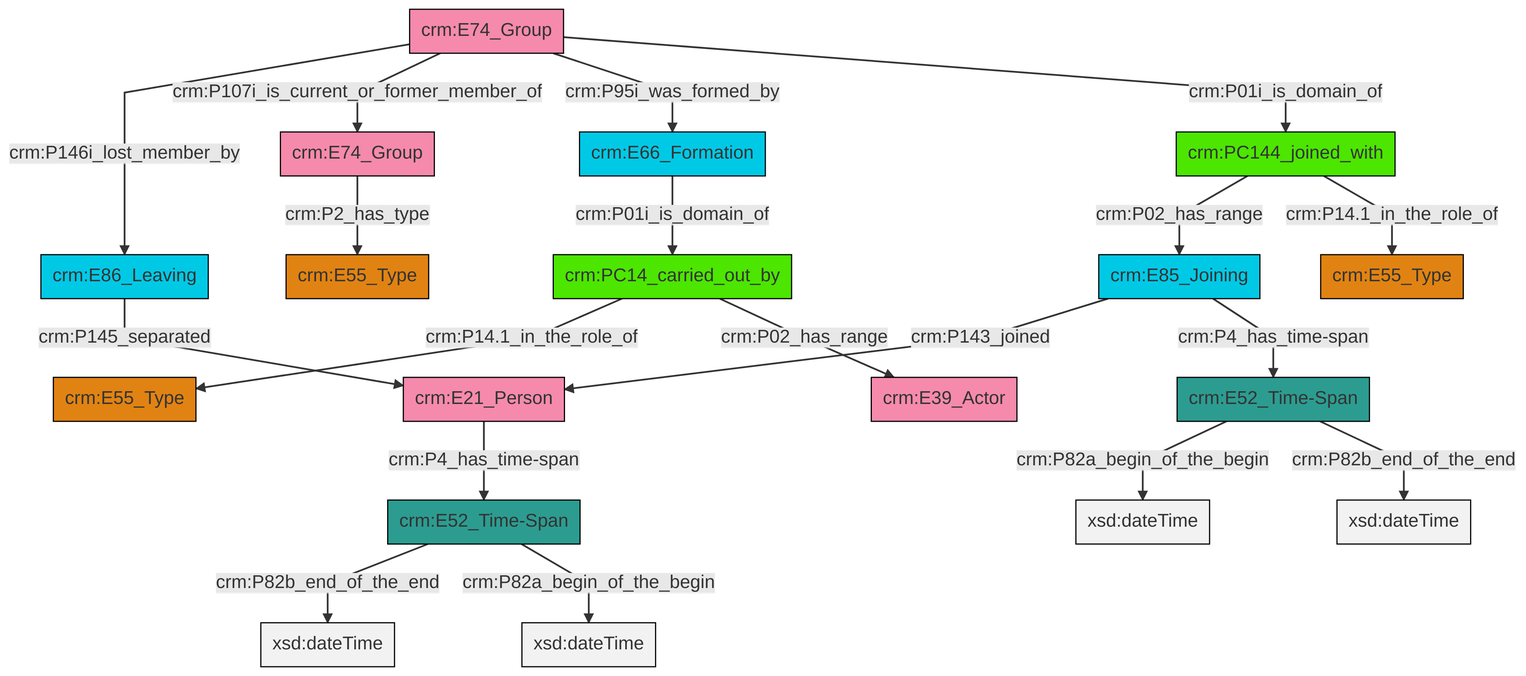
This is et/groupCSV/ttl/mmd/png/group_actor_relations.png from swiss-art-research-net/docs.swissartresearch, a Mermaid export, as it was before one commit. Its source is kept beside it as et/groupCSV/ttl/mmd/group_actor_relations.ttl.mmd.
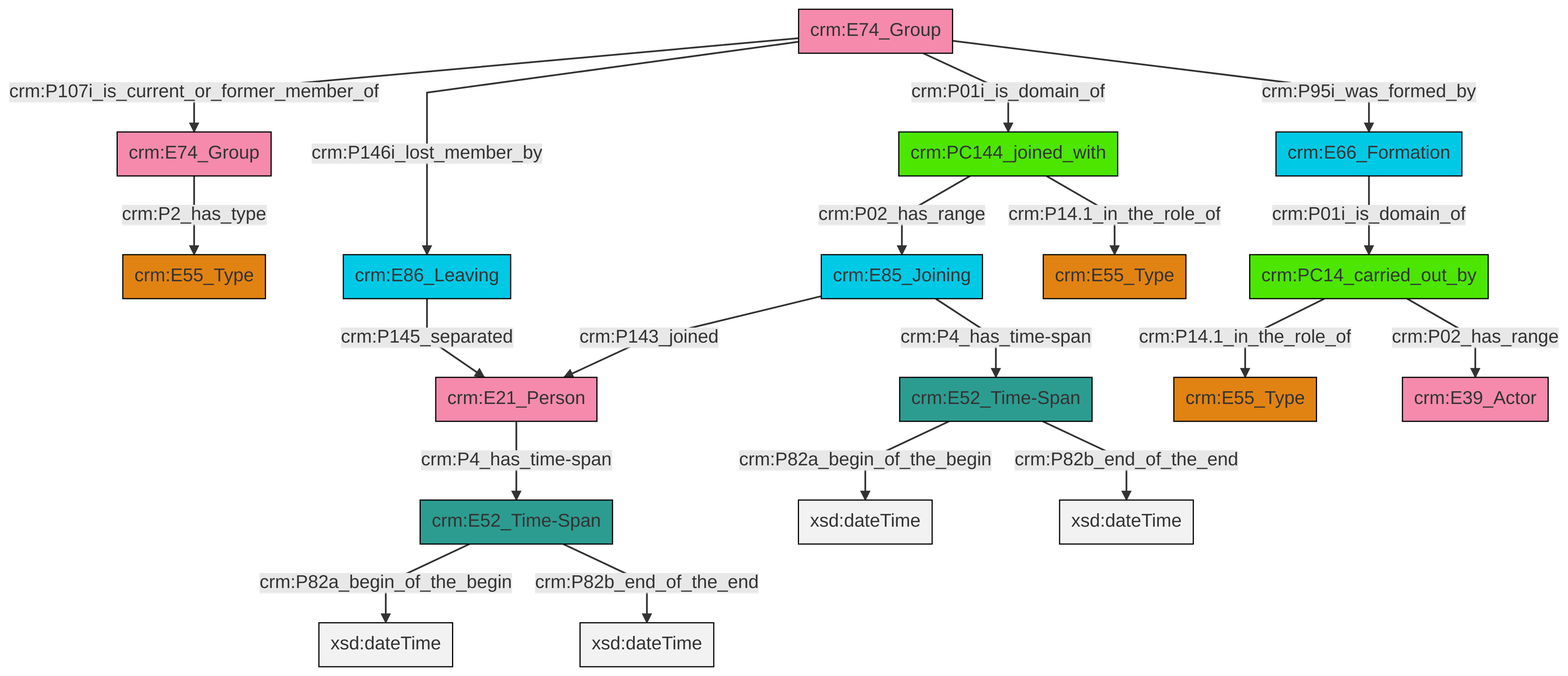
The same diagram one commit later.

Change to the diagram source:
```diff
@@ -13,21 +13,21 @@
 classDef PC_Classes fill:#4ce600, stroke:#000000;
 classDef Multi fill:#cccccc,stroke:#000000;
 
-2["crm:PC14_carried_out_by"]:::PC_Classes -->|crm:P14.1_in_the_role_of| 3["crm:E55_Type"]:::Type
-4["crm:E74_Group"]:::Actor -->|crm:P146i_lost_member_by| 5["crm:E86_Leaving"]:::Temporal_Entity
-6["crm:E52_Time-Span"]:::Time-Span -->|crm:P82b_end_of_the_end| 8[xsd:dateTime]:::Literal
-17["crm:E74_Group"]:::Actor -->|crm:P2_has_type| 0["crm:E55_Type"]:::Type
-10["crm:PC144_joined_with"]:::PC_Classes -->|crm:P02_has_range| 15["crm:E85_Joining"]:::Temporal_Entity
-18["crm:E52_Time-Span"]:::Time-Span -->|crm:P82a_begin_of_the_begin| 19[xsd:dateTime]:::Literal
-18["crm:E52_Time-Span"]:::Time-Span -->|crm:P82b_end_of_the_end| 26[xsd:dateTime]:::Literal
-4["crm:E74_Group"]:::Actor -->|crm:P107i_is_current_or_former_member_of| 17["crm:E74_Group"]:::Actor
-15["crm:E85_Joining"]:::Temporal_Entity -->|crm:P143_joined| 21["crm:E21_Person"]:::Actor
-5["crm:E86_Leaving"]:::Temporal_Entity -->|crm:P145_separated| 21["crm:E21_Person"]:::Actor
-4["crm:E74_Group"]:::Actor -->|crm:P95i_was_formed_by| 12["crm:E66_Formation"]:::Temporal_Entity
-21["crm:E21_Person"]:::Actor -->|crm:P4_has_time-span| 6["crm:E52_Time-Span"]:::Time-Span
-12["crm:E66_Formation"]:::Temporal_Entity -->|crm:P01i_is_domain_of| 2["crm:PC14_carried_out_by"]:::PC_Classes
-6["crm:E52_Time-Span"]:::Time-Span -->|crm:P82a_begin_of_the_begin| 31[xsd:dateTime]:::Literal
-2["crm:PC14_carried_out_by"]:::PC_Classes -->|crm:P02_has_range| 33["crm:E39_Actor"]:::Actor
-4["crm:E74_Group"]:::Actor -->|crm:P01i_is_domain_of| 10["crm:PC144_joined_with"]:::PC_Classes
-15["crm:E85_Joining"]:::Temporal_Entity -->|crm:P4_has_time-span| 18["crm:E52_Time-Span"]:::Time-Span
-10["crm:PC144_joined_with"]:::PC_Classes -->|crm:P14.1_in_the_role_of| 23["crm:E55_Type"]:::Type
+0["crm:E74_Group"]:::Actor -->|crm:P01i_is_domain_of| 1["crm:PC144_joined_with"]:::PC_Classes
+2["crm:E21_Person"]:::Actor -->|crm:P4_has_time-span| 3["crm:E52_Time-Span"]:::Time-Span
+4["crm:E74_Group"]:::Actor -->|crm:P2_has_type| 5["crm:E55_Type"]:::Type
+8["crm:E52_Time-Span"]:::Time-Span -->|crm:P82a_begin_of_the_begin| 9[xsd:dateTime]:::Literal
+10["crm:E85_Joining"]:::Temporal_Entity -->|crm:P4_has_time-span| 8["crm:E52_Time-Span"]:::Time-Span
+1["crm:PC144_joined_with"]:::PC_Classes -->|crm:P02_has_range| 10["crm:E85_Joining"]:::Temporal_Entity
+11["crm:PC14_carried_out_by"]:::PC_Classes -->|crm:P14.1_in_the_role_of| 12["crm:E55_Type"]:::Type
+3["crm:E52_Time-Span"]:::Time-Span -->|crm:P82a_begin_of_the_begin| 13[xsd:dateTime]:::Literal
+0["crm:E74_Group"]:::Actor -->|crm:P107i_is_current_or_former_member_of| 4["crm:E74_Group"]:::Actor
+6["crm:E66_Formation"]:::Temporal_Entity -->|crm:P01i_is_domain_of| 11["crm:PC14_carried_out_by"]:::PC_Classes
+8["crm:E52_Time-Span"]:::Time-Span -->|crm:P82b_end_of_the_end| 14[xsd:dateTime]:::Literal
+11["crm:PC14_carried_out_by"]:::PC_Classes -->|crm:P02_has_range| 15["crm:E39_Actor"]:::Actor
+0["crm:E74_Group"]:::Actor -->|crm:P95i_was_formed_by| 6["crm:E66_Formation"]:::Temporal_Entity
+1["crm:PC144_joined_with"]:::PC_Classes -->|crm:P14.1_in_the_role_of| 17["crm:E55_Type"]:::Type
+22["crm:E86_Leaving"]:::Temporal_Entity -->|crm:P145_separated| 2["crm:E21_Person"]:::Actor
+10["crm:E85_Joining"]:::Temporal_Entity -->|crm:P143_joined| 2["crm:E21_Person"]:::Actor
+0["crm:E74_Group"]:::Actor -->|crm:P146i_lost_member_by| 22["crm:E86_Leaving"]:::Temporal_Entity
+3["crm:E52_Time-Span"]:::Time-Span -->|crm:P82b_end_of_the_end| 32[xsd:dateTime]:::Literal
```
